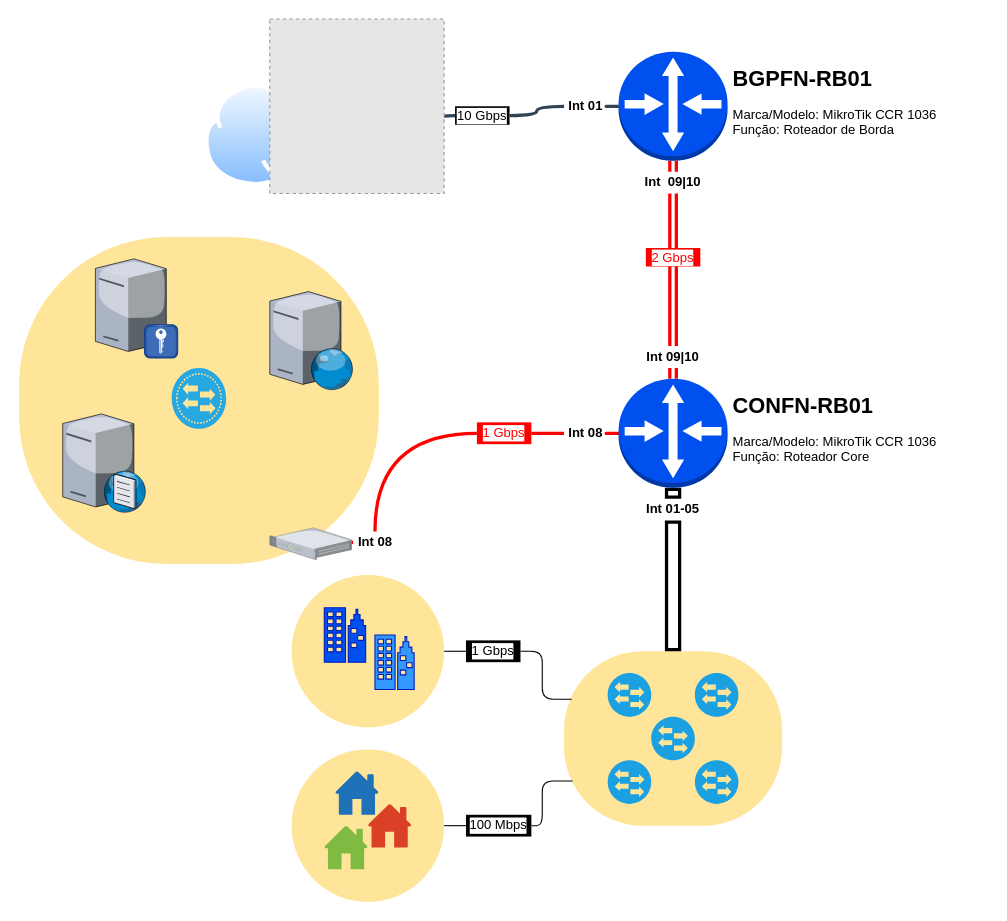
Above: Fox-Network-Diagrama.drawio in vamilson/Diagramas (draw.io), before the change. Source tidied: cells renumbered, new cells numbered last; positions are measured from the earlier drawing's top-left corner, leaving out a move shared by most shapes. Both pictures are drawn from the tidied source at 109%, with x=0, y=0 at pixel (19, 19). Pictures stored in the file or linked from it are replaced by grey dashed boxes.
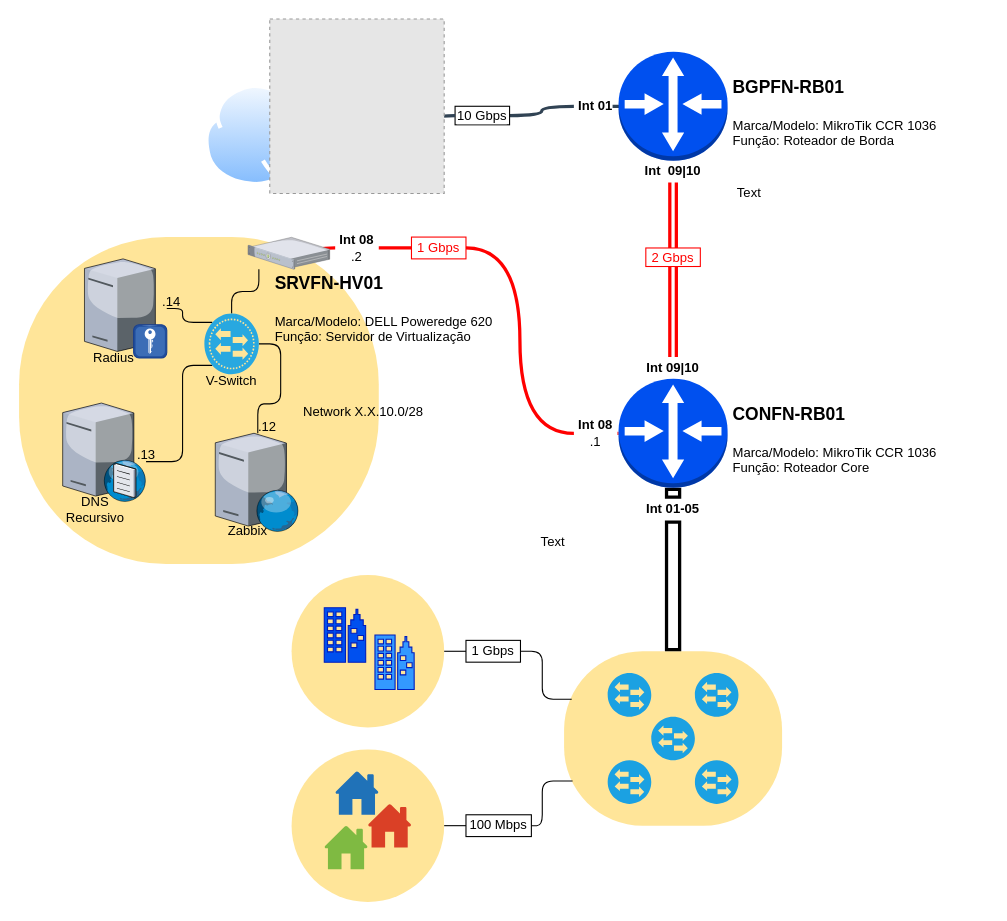
After the change.

Unchanged cells that the change refers to:
```xml
<mxCell id="3" style="group;" parent="2" vertex="1">
  <mxGeometry x="400" y="580" width="400" height="170" as="geometry" />
</mxCell>
<mxCell id="13" style="ellipse;whiteSpace=wrap;html=1;shadow=0;labelBackgroundColor=#ffffff;fillColor=#FFE599;strokeColor=none;" parent="2" vertex="1">
  <mxGeometry x="250" y="670" width="140" height="140" as="geometry" />
</mxCell>
<mxCell id="49" style="outlineConnect=0;dashed=0;verticalLabelPosition=bottom;verticalAlign=top;align=center;html=1;shape=mxgraph.aws3.router;fillColor=#0050ef;strokeColor=#001DBC;fontColor=#ffffff;labelBorderColor=none;labelBackgroundColor=none;shadow=0;noLabel=0;" parent="46" vertex="1">
  <mxGeometry x="550" y="330" width="100" height="100" as="geometry" />
</mxCell>
```

The edit, as a diff of the source:
```diff
@@
-    <mxCell id="10" value="100 Mbps" style="text;html=1;strokeColor=none;fillColor=#000000;align=center;verticalAlign=middle;whiteSpace=wrap;rounded=0;shadow=0;labelBackgroundColor=#ffffff;" parent="3" vertex="1">
+    <mxCell id="10" value="100 Mbps" style="text;html=1;strokeColor=#000000;fillColor=none;align=center;verticalAlign=middle;whiteSpace=wrap;rounded=0;shadow=0;labelBackgroundColor=#ffffff;comic=0;glass=0;" parent="3" vertex="1">
       <mxGeometry x="10" y="150" width="60" height="20" as="geometry" />
     </mxCell>
@@
     <mxCell id="17" style="group;" parent="2" vertex="1">
-      <mxGeometry y="200" width="330" height="300" as="geometry" />
+      <mxGeometry y="200" width="470" height="300" as="geometry" />
     </mxCell>
@@
-    <mxCell id="20" style="verticalLabelPosition=bottom;html=1;verticalAlign=top;strokeColor=none;align=center;outlineConnect=0;shape=mxgraph.citrix.1u_2u_server;" parent="17" vertex="1">
-      <mxGeometry x="230" y="266.7" width="75" height="29.3" as="geometry" />
-    </mxCell>
+    <mxCell id="63" style="edgeStyle=orthogonalEdgeStyle;rounded=1;jettySize=auto;html=1;exitX=0.145;exitY=0.145;exitDx=0;exitDy=0;exitPerimeter=0;endArrow=none;endFill=0;strokeColor=#000000;" parent="17" edge="1" source="21" target="22">
+      <mxGeometry relative="1" as="geometry" />
+    </mxCell>
+    <mxCell id="64" style="edgeStyle=orthogonalEdgeStyle;rounded=1;jettySize=auto;html=1;exitX=0.145;exitY=0.855;exitDx=0;exitDy=0;exitPerimeter=0;endArrow=none;endFill=0;strokeColor=#000000;" parent="17" edge="1" source="21" target="24">
+      <mxGeometry relative="1" as="geometry">
+        <Array as="points">
+          <mxPoint x="150" y="118" />
+          <mxPoint x="150" y="206" />
+        </Array>
+      </mxGeometry>
+    </mxCell>
+    <mxCell id="65" style="edgeStyle=orthogonalEdgeStyle;rounded=1;jettySize=auto;html=1;exitX=1;exitY=0.5;exitDx=0;exitDy=0;exitPerimeter=0;endArrow=none;endFill=0;strokeColor=#000000;" parent="17" edge="1" source="21" target="23">
+      <mxGeometry relative="1" as="geometry">
+        <Array as="points">
+          <mxPoint x="240" y="98" />
+          <mxPoint x="240" y="153" />
+          <mxPoint x="219" y="153" />
+        </Array>
+      </mxGeometry>
+    </mxCell>
+    <mxCell id="66" style="edgeStyle=orthogonalEdgeStyle;rounded=1;jettySize=auto;html=1;exitX=0.5;exitY=0;exitDx=0;exitDy=0;exitPerimeter=0;endArrow=none;endFill=0;strokeColor=#000000;" parent="17" edge="1" source="21" target="20">
+      <mxGeometry relative="1" as="geometry">
+        <Array as="points">
+          <mxPoint x="195" y="50" />
+          <mxPoint x="220" y="50" />
+        </Array>
+      </mxGeometry>
+    </mxCell>
     <mxCell id="21" style="verticalLabelPosition=bottom;html=1;fillColor=#28A8E0;verticalAlign=top;points=[[0.145,0.145,0],[0.8555,0.145,0],[0.855,0.855,0],[0.145,0.855,0],[0.5,0,0], [1,0.5,0], [0.5,1,0],[0,0.5,0]];align=center;shape=mxgraph.cisco_safe.capability.virtual_l2_switching;shadow=0;labelBackgroundColor=#ffffff;" parent="17" vertex="1">
-      <mxGeometry x="140" y="120.2" width="50" height="55.6" as="geometry" />
+      <mxGeometry x="170" y="70.2" width="50" height="55.6" as="geometry" />
     </mxCell>
     <mxCell id="22" style="verticalLabelPosition=bottom;html=1;verticalAlign=top;strokeColor=none;align=center;outlineConnect=0;shape=mxgraph.citrix.radius_server;" parent="17" vertex="1">
-      <mxGeometry x="70" y="20" width="75.5" height="91" as="geometry" />
+      <mxGeometry x="60" y="20" width="75.5" height="91" as="geometry" />
     </mxCell>
     <mxCell id="23" style="verticalLabelPosition=bottom;html=1;verticalAlign=top;strokeColor=none;align=center;outlineConnect=0;shape=mxgraph.citrix.web_server;" parent="17" vertex="1">
-      <mxGeometry x="230" y="50" width="76.5" height="90" as="geometry" />
+      <mxGeometry x="180" y="180" width="76.5" height="90" as="geometry" />
     </mxCell>
     <mxCell id="24" style="verticalLabelPosition=bottom;html=1;verticalAlign=top;strokeColor=none;align=center;outlineConnect=0;shape=mxgraph.citrix.dns_server;" parent="17" vertex="1">
-      <mxGeometry x="40" y="160" width="76.5" height="92.5" as="geometry" />
+      <mxGeometry x="40" y="150" width="76.5" height="92.5" as="geometry" />
     </mxCell>
+    <mxCell id="20" style="verticalLabelPosition=bottom;html=1;verticalAlign=top;strokeColor=none;align=center;outlineConnect=0;shape=mxgraph.citrix.1u_2u_server;" parent="17" vertex="1">
+      <mxGeometry x="210" y="0.2" width="75" height="29.3" as="geometry" />
+    </mxCell>
+    <mxCell id="54" value="&lt;b&gt;Int 08&lt;/b&gt;&lt;br&gt;.2" style="text;html=1;strokeColor=none;fillColor=none;align=center;verticalAlign=middle;whiteSpace=wrap;rounded=0;shadow=0;labelBackgroundColor=#ffffff;" parent="17" vertex="1">
+      <mxGeometry x="290" width="40" height="20" as="geometry" />
+    </mxCell>
+    <mxCell id="67" value="&lt;h1&gt;&lt;font style=&quot;font-size: 16px&quot;&gt;SRVFN-HV01&lt;/font&gt;&lt;/h1&gt;&lt;div&gt;&lt;font style=&quot;font-size: 12px&quot;&gt;Marca/Modelo: DELL Poweredge 620&lt;/font&gt;&lt;/div&gt;&lt;div&gt;&lt;font style=&quot;font-size: 12px&quot;&gt;Função: Servidor de Virtualização&lt;/font&gt;&lt;/div&gt;&lt;div&gt;&lt;font style=&quot;font-size: 12px&quot;&gt;&lt;br&gt;&lt;/font&gt;&lt;/div&gt;" style="text;html=1;strokeColor=none;fillColor=none;spacing=5;spacingTop=-20;whiteSpace=wrap;overflow=hidden;rounded=0;" parent="17" vertex="1">
+      <mxGeometry x="230" y="20" width="240" height="110" as="geometry" />
+    </mxCell>
+    <mxCell id="68" value="DNS&lt;br&gt;Recursivo" style="text;html=1;strokeColor=none;fillColor=none;align=center;verticalAlign=middle;whiteSpace=wrap;rounded=0;" parent="17" vertex="1">
+      <mxGeometry x="50" y="240" width="40" height="20" as="geometry" />
+    </mxCell>
+    <mxCell id="69" value="Radius" style="text;html=1;strokeColor=none;fillColor=none;align=center;verticalAlign=middle;whiteSpace=wrap;rounded=0;" parent="17" vertex="1">
+      <mxGeometry x="67" y="101" width="40" height="20" as="geometry" />
+    </mxCell>
+    <mxCell id="70" value="Zabbix" style="text;html=1;strokeColor=none;fillColor=none;align=center;verticalAlign=middle;whiteSpace=wrap;rounded=0;" parent="17" vertex="1">
+      <mxGeometry x="190" y="260" width="40" height="20" as="geometry" />
+    </mxCell>
+    <mxCell id="71" value="V-Switch" style="text;html=1;strokeColor=none;fillColor=none;align=center;verticalAlign=middle;whiteSpace=wrap;rounded=0;" parent="17" vertex="1">
+      <mxGeometry x="170" y="122" width="50" height="20" as="geometry" />
+    </mxCell>
+    <mxCell id="72" value="Network X.X.10.0/28&lt;br&gt;" style="text;html=1;strokeColor=none;fillColor=none;align=center;verticalAlign=middle;whiteSpace=wrap;rounded=0;" parent="17" vertex="1">
+      <mxGeometry x="236" y="151" width="160" height="20" as="geometry" />
+    </mxCell>
+    <mxCell id="73" value=".14" style="text;html=1;strokeColor=none;fillColor=none;align=center;verticalAlign=middle;whiteSpace=wrap;rounded=0;" parent="17" vertex="1">
+      <mxGeometry x="120" y="50" width="40" height="20" as="geometry" />
+    </mxCell>
+    <mxCell id="74" value=".13" style="text;html=1;strokeColor=none;fillColor=none;align=center;verticalAlign=middle;whiteSpace=wrap;rounded=0;" parent="17" vertex="1">
+      <mxGeometry x="97" y="190" width="40" height="20" as="geometry" />
+    </mxCell>
+    <mxCell id="75" value=".12" style="text;html=1;strokeColor=none;fillColor=none;align=center;verticalAlign=middle;whiteSpace=wrap;rounded=0;" parent="17" vertex="1">
+      <mxGeometry x="208" y="164" width="40" height="20" as="geometry" />
+    </mxCell>
@@
     <mxCell id="28" value="&lt;b&gt;Int 01&lt;/b&gt;" style="text;html=1;strokeColor=none;fillColor=none;align=center;verticalAlign=middle;whiteSpace=wrap;rounded=0;shadow=0;labelBackgroundColor=#ffffff;" parent="25" vertex="1">
-      <mxGeometry x="500" y="70" width="40" height="20" as="geometry" />
+      <mxGeometry x="509" y="70" width="40" height="20" as="geometry" />
     </mxCell>
@@
     <mxCell id="30" value="&lt;b&gt;Int&amp;nbsp;09|10&lt;br&gt;&lt;/b&gt;" style="text;html=1;strokeColor=none;fillColor=none;align=center;verticalAlign=middle;whiteSpace=wrap;rounded=0;shadow=0;labelBackgroundColor=#ffffff;" parent="25" vertex="1">
-      <mxGeometry x="580" y="300" width="40" height="20" as="geometry" />
+      <mxGeometry x="580" y="310" width="40" height="20" as="geometry" />
     </mxCell>
@@
-    <mxCell id="34" value="&lt;font color=&quot;#ff0000&quot;&gt;1 Gbps&lt;/font&gt;" style="text;html=1;strokeColor=none;fillColor=#FF0000;align=center;verticalAlign=middle;whiteSpace=wrap;rounded=0;shadow=0;labelBackgroundColor=#ffffff;" parent="25" vertex="1">
-      <mxGeometry x="420" y="370" width="50" height="20" as="geometry" />
+    <mxCell id="34" value="&lt;font color=&quot;#ff0000&quot;&gt;1 Gbps&lt;/font&gt;" style="text;html=1;strokeColor=#FF0000;fillColor=none;align=center;verticalAlign=middle;whiteSpace=wrap;rounded=0;shadow=0;labelBackgroundColor=#ffffff;" parent="25" vertex="1">
+      <mxGeometry x="360" y="200" width="50" height="20" as="geometry" />
     </mxCell>
-    <mxCell id="35" style="edgeStyle=orthogonalEdgeStyle;curved=1;jettySize=auto;html=1;endArrow=none;endFill=0;strokeColor=#FF0000;strokeWidth=3;" parent="25" edge="1" source="36" target="34">
+    <mxCell id="35" style="edgeStyle=orthogonalEdgeStyle;curved=1;jettySize=auto;html=1;endArrow=none;endFill=0;strokeColor=#FF0000;strokeWidth=3;entryX=1;entryY=0.5;entryDx=0;entryDy=0;" parent="25" edge="1" source="36" target="34">
       <mxGeometry relative="1" as="geometry" />
     </mxCell>
-    <mxCell id="36" value="&lt;b&gt;Int 08&lt;/b&gt;" style="text;html=1;strokeColor=none;fillColor=none;align=center;verticalAlign=middle;whiteSpace=wrap;rounded=0;shadow=0;labelBackgroundColor=#ffffff;" parent="25" vertex="1">
-      <mxGeometry x="500" y="370" width="40" height="20" as="geometry" />
+    <mxCell id="36" value="&lt;b&gt;Int 08&lt;/b&gt;&lt;br&gt;.1" style="text;html=1;strokeColor=none;fillColor=none;align=center;verticalAlign=middle;whiteSpace=wrap;rounded=0;shadow=0;labelBackgroundColor=#ffffff;" parent="25" vertex="1">
+      <mxGeometry x="509" y="370" width="40" height="20" as="geometry" />
     </mxCell>
     <mxCell id="37" style="edgeStyle=orthogonalEdgeStyle;curved=1;jettySize=auto;html=1;endArrow=none;endFill=0;strokeColor=#FF0000;strokeWidth=3;" parent="25" edge="1" source="49" target="36">
-      <mxGeometry relative="1" as="geometry" />
+      <mxGeometry relative="1" as="geometry">
+        <Array as="points">
+          <mxPoint x="540" y="380" />
+          <mxPoint x="540" y="380" />
+        </Array>
+      </mxGeometry>
     </mxCell>
@@
-    <mxCell id="40" value="&lt;font color=&quot;#ff0000&quot;&gt;2 Gbps&lt;/font&gt;" style="text;html=1;strokeColor=none;fillColor=#FF0000;align=center;verticalAlign=middle;whiteSpace=wrap;rounded=0;shadow=0;labelBackgroundColor=#ffffff;" parent="25" vertex="1">
+    <mxCell id="40" value="&lt;font color=&quot;#ff0000&quot;&gt;2 Gbps&lt;/font&gt;" style="text;html=1;strokeColor=#FF0000;fillColor=none;align=center;verticalAlign=middle;whiteSpace=wrap;rounded=0;shadow=0;labelBackgroundColor=#ffffff;" parent="25" vertex="1">
       <mxGeometry x="575" y="210" width="50" height="17" as="geometry" />
     </mxCell>
@@
     <mxCell id="42" value="&lt;b&gt;Int&amp;nbsp; 09|10&lt;/b&gt;" style="text;html=1;strokeColor=none;fillColor=none;align=center;verticalAlign=middle;whiteSpace=wrap;rounded=0;shadow=0;labelBackgroundColor=#ffffff;" parent="25" vertex="1">
-      <mxGeometry x="570" y="140" width="60" height="20" as="geometry" />
+      <mxGeometry x="570" y="130" width="60" height="20" as="geometry" />
     </mxCell>
@@
-    <mxCell id="44" value="10 Gbps" style="text;html=1;strokeColor=none;fillColor=#000000;align=center;verticalAlign=middle;whiteSpace=wrap;rounded=0;shadow=0;labelBackgroundColor=#ffffff;" parent="25" vertex="1">
+    <mxCell id="44" value="10 Gbps" style="text;html=1;strokeColor=#000000;fillColor=none;align=center;verticalAlign=middle;whiteSpace=wrap;rounded=0;shadow=0;labelBackgroundColor=#ffffff;" parent="25" vertex="1">
       <mxGeometry x="400" y="80" width="50" height="17" as="geometry" />
     </mxCell>
@@
-    <mxCell id="54" value="&lt;b&gt;Int 08&lt;/b&gt;" style="text;html=1;strokeColor=none;fillColor=none;align=center;verticalAlign=middle;whiteSpace=wrap;rounded=0;shadow=0;labelBackgroundColor=#ffffff;" parent="46" vertex="1">
-      <mxGeometry x="306.5" y="470" width="40" height="20" as="geometry" />
-    </mxCell>
@@
-    <mxCell id="56" value="&lt;h1 style=&quot;font-size: 20px&quot;&gt;&lt;font style=&quot;font-size: 20px&quot;&gt;BGPFN-RB01&lt;/font&gt;&lt;/h1&gt;&lt;div&gt;&lt;font style=&quot;font-size: 12px&quot;&gt;Marca/Modelo: MikroTik CCR 1036&lt;/font&gt;&lt;/div&gt;&lt;div&gt;&lt;font style=&quot;font-size: 12px&quot;&gt;Função: Roteador de Borda&lt;/font&gt;&lt;/div&gt;&lt;div&gt;&lt;font style=&quot;font-size: 12px&quot;&gt;&lt;br&gt;&lt;/font&gt;&lt;/div&gt;" style="text;html=1;strokeColor=none;fillColor=none;spacing=5;spacingTop=-20;whiteSpace=wrap;overflow=hidden;rounded=0;" parent="46" vertex="1">
+    <mxCell id="56" value="&lt;h1&gt;&lt;font style=&quot;font-size: 16px&quot;&gt;BGPFN-RB01&lt;/font&gt;&lt;/h1&gt;&lt;div&gt;&lt;font style=&quot;font-size: 12px&quot;&gt;Marca/Modelo: MikroTik CCR 1036&lt;/font&gt;&lt;/div&gt;&lt;div&gt;&lt;font style=&quot;font-size: 12px&quot;&gt;Função: Roteador de Borda&lt;/font&gt;&lt;/div&gt;&lt;div&gt;&lt;font style=&quot;font-size: 12px&quot;&gt;&lt;br&gt;&lt;/font&gt;&lt;/div&gt;" style="text;html=1;strokeColor=none;fillColor=none;spacing=5;spacingTop=-20;whiteSpace=wrap;overflow=hidden;rounded=0;" parent="46" vertex="1">
       <mxGeometry x="650" y="40" width="240" height="110" as="geometry" />
     </mxCell>
-    <mxCell id="57" value="&lt;h1 style=&quot;font-size: 20px&quot;&gt;&lt;font style=&quot;font-size: 20px&quot;&gt;CONFN-RB01&lt;/font&gt;&lt;/h1&gt;&lt;div&gt;&lt;font style=&quot;font-size: 12px&quot;&gt;Marca/Modelo: MikroTik CCR 1036&lt;/font&gt;&lt;/div&gt;&lt;div&gt;&lt;font style=&quot;font-size: 12px&quot;&gt;Função: Roteador Core&lt;/font&gt;&lt;/div&gt;&lt;div&gt;&lt;font style=&quot;font-size: 12px&quot;&gt;&lt;br&gt;&lt;/font&gt;&lt;/div&gt;" style="text;html=1;strokeColor=none;fillColor=none;spacing=5;spacingTop=-20;whiteSpace=wrap;overflow=hidden;rounded=0;" parent="46" vertex="1">
-      <mxGeometry x="650" y="340" width="240" height="110" as="geometry" />
+    <mxCell id="57" value="&lt;h1&gt;&lt;font style=&quot;font-size: 16px&quot;&gt;CONFN-RB01&lt;/font&gt;&lt;/h1&gt;&lt;div&gt;&lt;font style=&quot;font-size: 12px&quot;&gt;Marca/Modelo: MikroTik CCR 1036&lt;/font&gt;&lt;/div&gt;&lt;div&gt;&lt;font style=&quot;font-size: 12px&quot;&gt;Função: Roteador Core&lt;br&gt;&lt;br&gt;&lt;/font&gt;&lt;/div&gt;&lt;div&gt;&lt;font style=&quot;font-size: 12px&quot;&gt;&lt;br&gt;&lt;/font&gt;&lt;/div&gt;" style="text;html=1;strokeColor=none;fillColor=none;spacing=5;spacingTop=-20;whiteSpace=wrap;overflow=hidden;rounded=0;" parent="46" vertex="1">
+      <mxGeometry x="650" y="340" width="240" height="80" as="geometry" />
     </mxCell>
-    <mxCell id="58" value="1 Gbps" style="text;html=1;strokeColor=none;fillColor=#000000;align=center;verticalAlign=middle;whiteSpace=wrap;rounded=0;shadow=0;labelBackgroundColor=#ffffff;" parent="46" vertex="1">
+    <mxCell id="58" value="1 Gbps" style="text;html=1;strokeColor=#000000;fillColor=none;align=center;verticalAlign=middle;whiteSpace=wrap;rounded=0;shadow=0;labelBackgroundColor=#ffffff;" parent="46" vertex="1">
       <mxGeometry x="410" y="570" width="50" height="20" as="geometry" />
     </mxCell>
@@
     <mxCell id="60" style="edgeStyle=orthogonalEdgeStyle;rounded=1;jettySize=auto;html=1;exitX=1;exitY=0.5;exitDx=0;exitDy=0;endArrow=none;endFill=0;strokeColor=#000000;" parent="46" edge="1" source="13">
       <mxGeometry relative="1" as="geometry">
-        <mxPoint x="412" y="740" as="targetPoint" />
+        <mxPoint x="410" y="740" as="targetPoint" />
       </mxGeometry>
     </mxCell>
@@
+    <mxCell id="76" value="Text" style="text;html=1;strokeColor=none;fillColor=none;align=center;verticalAlign=middle;whiteSpace=wrap;rounded=0;" parent="62" vertex="1">
+      <mxGeometry x="650" y="150" width="40" height="20" as="geometry" />
+    </mxCell>
+    <mxCell id="77" value="Text" style="text;html=1;strokeColor=none;fillColor=none;align=center;verticalAlign=middle;whiteSpace=wrap;rounded=0;" parent="62" vertex="1">
+      <mxGeometry x="470" y="470" width="40" height="20" as="geometry" />
+    </mxCell>
```
